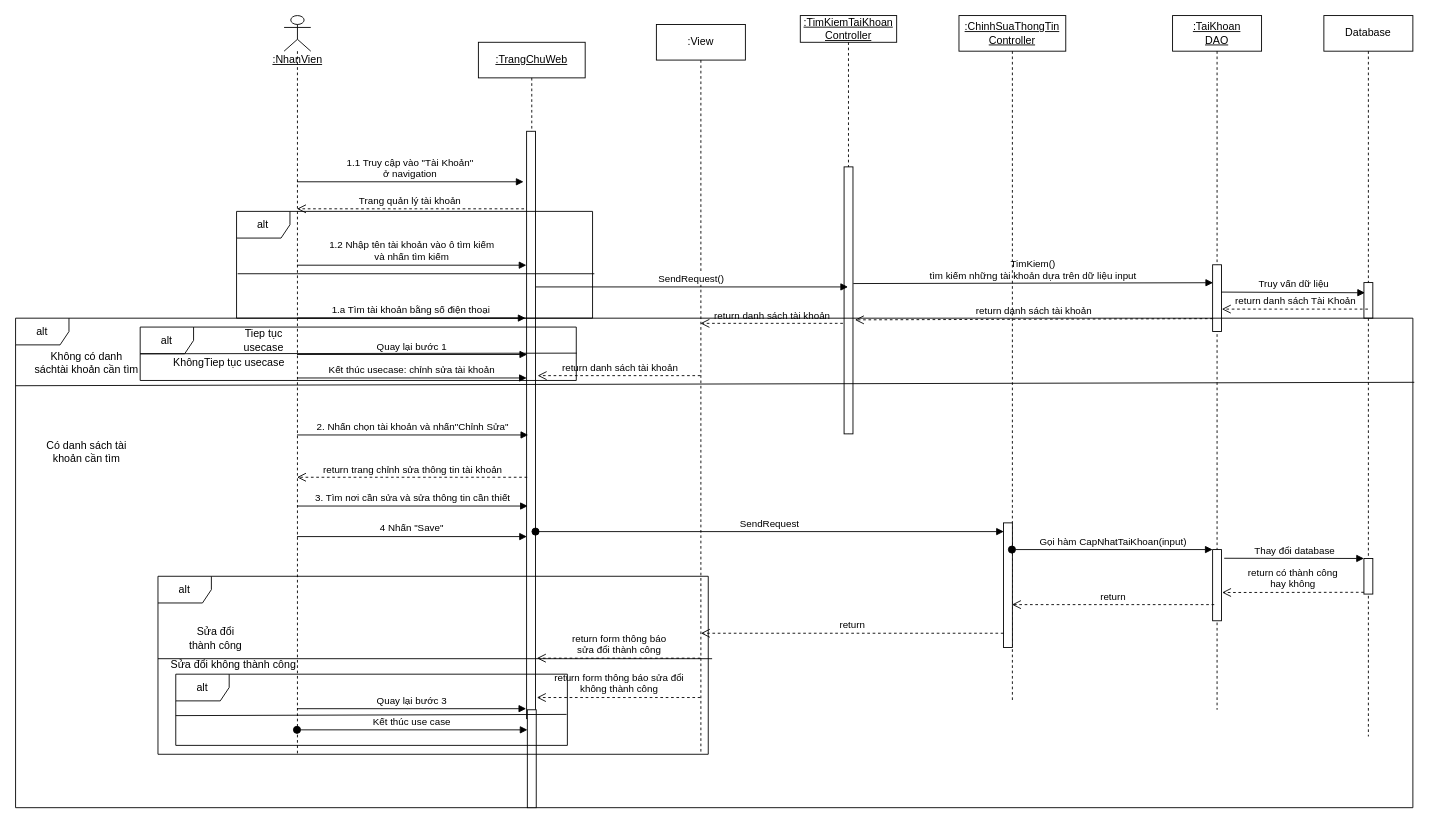
Above: page "QuanLyTaiKhoan_ChinhSua_consequenceDiagram" (11 of 32) of do_an_cong_nghe_phan_mem.drawio in VoVanDuc20110635/DoAnCongNghePhanMem (draw.io), before the change. Source tidied: cells renumbered, new cells numbered last; positions are measured from the earlier drawing's top-left corner, leaving out a move shared by most shapes. Both pictures are drawn from the tidied source at 89%, with x=0, y=0 at pixel (15, 15).
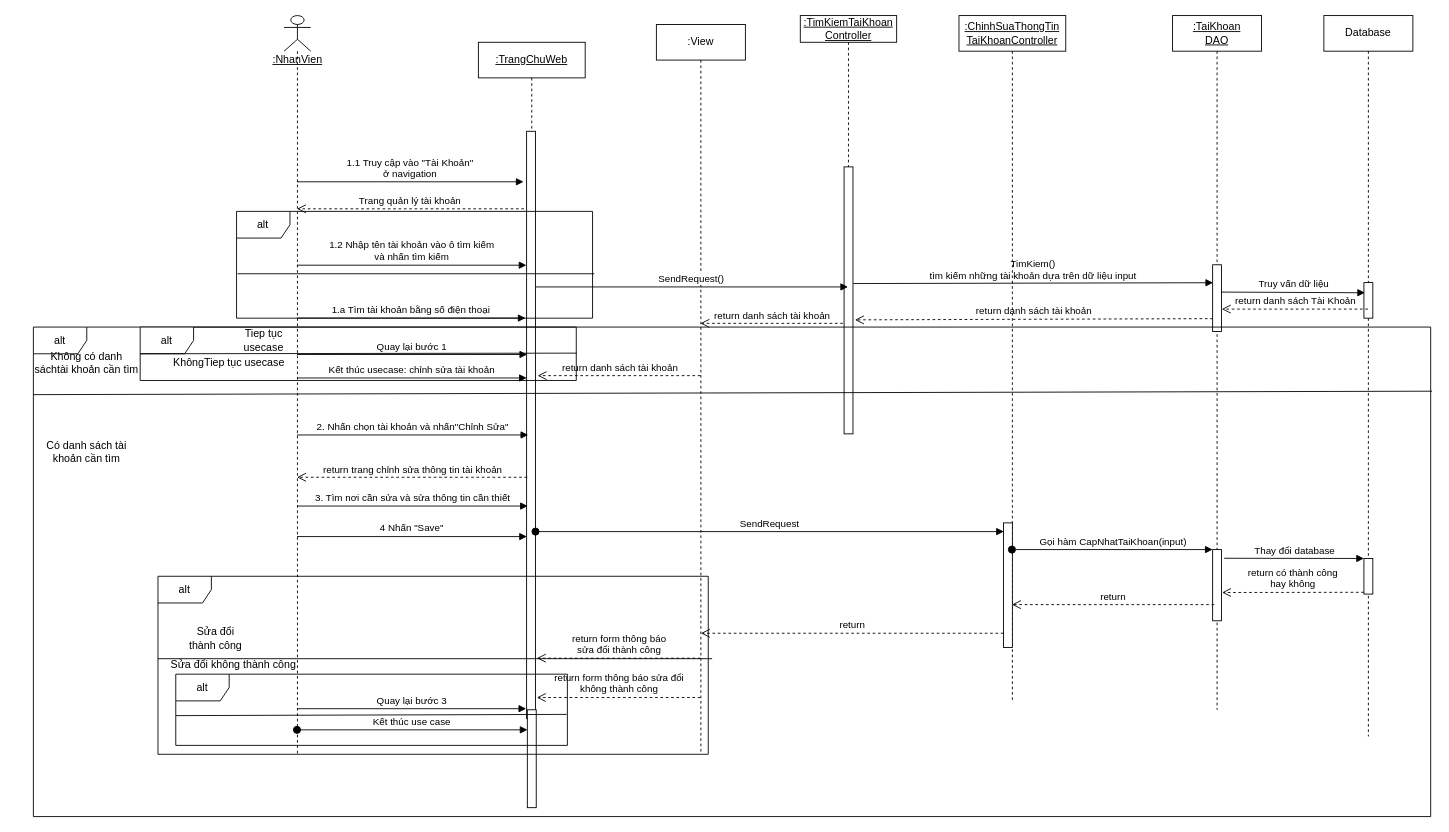
Above is the later version.

Change to the diagram source:
```diff
@@
-    <mxCell id="24" value="&lt;u&gt;:ChinhSuaThongTin&lt;br&gt;Controller&lt;/u&gt;" style="shape=umlLifeline;perimeter=lifelinePerimeter;whiteSpace=wrap;html=1;outlineConnect=0;" parent="1" vertex="1">
+    <mxCell id="24" value="&lt;u&gt;:ChinhSuaThongTin&lt;br&gt;TaiKhoanController&lt;/u&gt;" style="shape=umlLifeline;perimeter=lifelinePerimeter;whiteSpace=wrap;html=1;outlineConnect=0;" parent="1" vertex="1">
       <mxGeometry x="1060" width="120" height="770" as="geometry" />
     </mxCell>
@@
     <mxCell id="42" value="alt" style="shape=umlFrame;whiteSpace=wrap;html=1;" parent="1" vertex="1">
-      <mxGeometry y="340" width="1570" height="550" as="geometry" />
+      <mxGeometry x="20" y="350" width="1570" height="550" as="geometry" />
     </mxCell>
```
